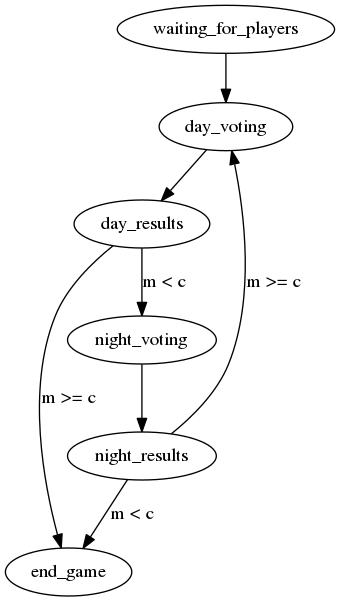
Above: docs/state_machine.png in AmadeuszFilipek/super-octo-mafia (Graphviz), before the change. Its source is kept beside it as docs/state_machine.dot.
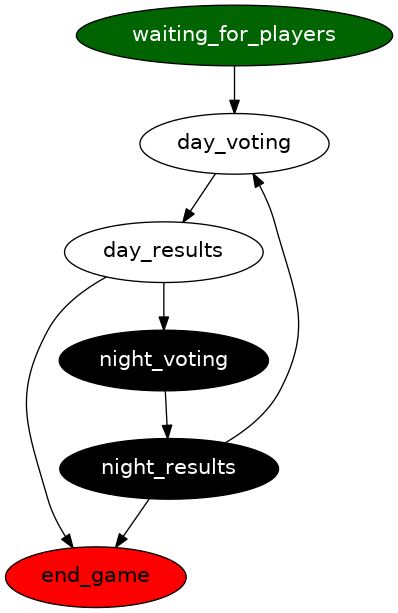
The same diagram one commit later.

Commit message:
Update state machine graph

What changed in the source:
```diff
@@ -1,9 +1,17 @@
-digraph G {
-  "waiting_for_players" -> "day_voting"
-  "day_voting" -> "day_results"
-  "day_results" -> "night_voting" [ label="m < c" ]
-  "day_results" -> "end_game" [ label="m >= c" ]
-  "night_voting" -> "night_results"
-  "night_results" -> "day_voting" [ label="m >= c" ]
-  "night_results" -> "end_game" [ label="m < c" ]
+digraph GameStateMachine {
+  {
+    node [margin=0.1 fontsize=16 style=filled fontname="Comic New Sans"]
+    waiting_for_players [fillcolor=darkgreen fontcolor=white]
+    day_voting [fillcolor=white]
+    day_results [fillcolor=white]
+    night_voting [fillcolor=black fontcolor=white]
+    night_results [fillcolor=black fontcolor=white]
+    end_game [fillcolor=red fontcolor=black]
+  }
+
+  waiting_for_players -> day_voting
+  day_voting    -> day_results
+  day_results   -> { night_voting end_game }
+  night_voting  -> night_results
+  night_results -> { day_voting end_game }
 }
```
